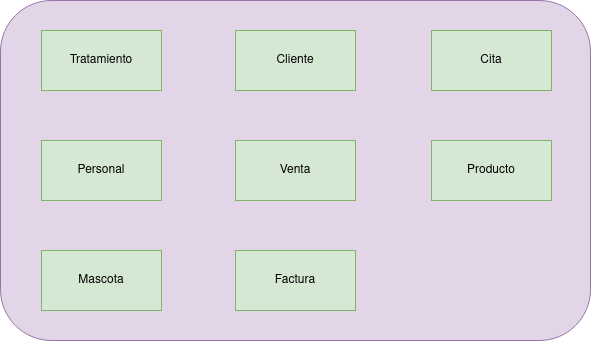
This is ER/ClinicaVeterinariaER.drawio.png from popadron/trabajoFINALBAE, a draw.io export, as it was before one commit. Source tidied: cells renumbered, new cells last; positions are measured from the earlier drawing's top-left corner, leaving out a move shared by most shapes. Its diagram source:
```xml
<mxGraphModel>
  <root>
    <mxCell id="0" />
    <mxCell id="1" parent="0" />
    <mxCell id="2" style="rounded=1;whiteSpace=wrap;html=1;fillColor=#e1d5e7;strokeColor=#9673a6;" parent="1" vertex="1">
      <mxGeometry width="590" height="340" as="geometry" />
    </mxCell>
    <mxCell id="3" value="Personal" style="rounded=0;whiteSpace=wrap;html=1;fillColor=#d5e8d4;strokeColor=#82b366;" parent="1" vertex="1">
      <mxGeometry x="41" y="140" width="120" height="60" as="geometry" />
    </mxCell>
    <mxCell id="4" value="Mascota" style="rounded=0;whiteSpace=wrap;html=1;fillColor=#d5e8d4;strokeColor=#82b366;" parent="1" vertex="1">
      <mxGeometry x="41" y="250" width="120" height="60" as="geometry" />
    </mxCell>
    <mxCell id="5" value="Tratamiento" style="rounded=0;whiteSpace=wrap;html=1;fillColor=#d5e8d4;strokeColor=#82b366;" parent="1" vertex="1">
      <mxGeometry x="41" y="30" width="120" height="60" as="geometry" />
    </mxCell>
    <mxCell id="6" value="Venta" style="rounded=0;whiteSpace=wrap;html=1;fillColor=#d5e8d4;strokeColor=#82b366;" parent="1" vertex="1">
      <mxGeometry x="235" y="140" width="120" height="60" as="geometry" />
    </mxCell>
    <mxCell id="7" value="Factura" style="rounded=0;whiteSpace=wrap;html=1;fillColor=#d5e8d4;strokeColor=#82b366;" parent="1" vertex="1">
      <mxGeometry x="235" y="250" width="120" height="60" as="geometry" />
    </mxCell>
    <mxCell id="8" value="Cliente" style="rounded=0;whiteSpace=wrap;html=1;fillColor=#d5e8d4;strokeColor=#82b366;" parent="1" vertex="1">
      <mxGeometry x="235" y="30" width="120" height="60" as="geometry" />
    </mxCell>
    <mxCell id="9" value="Cita" style="rounded=0;whiteSpace=wrap;html=1;fillColor=#d5e8d4;strokeColor=#82b366;" parent="1" vertex="1">
      <mxGeometry x="431" y="30" width="120" height="60" as="geometry" />
    </mxCell>
    <mxCell id="10" value="Producto" style="rounded=0;whiteSpace=wrap;html=1;fillColor=#d5e8d4;strokeColor=#82b366;" parent="1" vertex="1">
      <mxGeometry x="431" y="140" width="120" height="60" as="geometry" />
    </mxCell>
  </root>
</mxGraphModel>
```
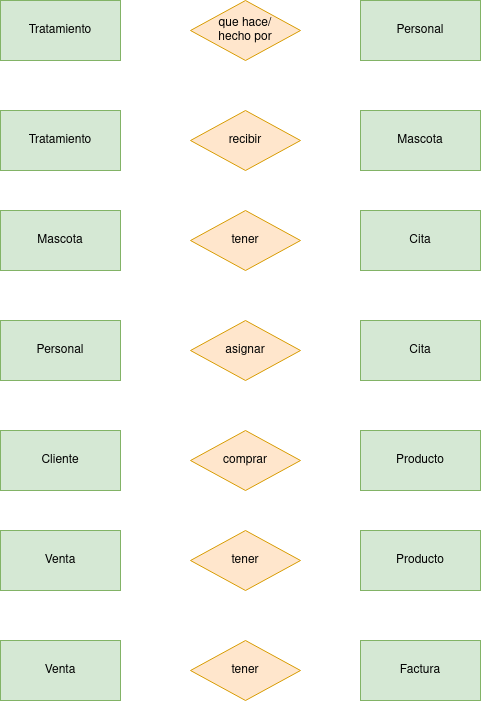
After the change.

Commit message:
feat(ER): completar cardinalidades #1

Diff of the diagram source:
```diff
@@ -2,32 +2,68 @@
   <root>
     <mxCell id="0" />
     <mxCell id="1" parent="0" />
-    <mxCell id="2" style="rounded=1;whiteSpace=wrap;html=1;fillColor=#e1d5e7;strokeColor=#9673a6;" parent="1" vertex="1">
-      <mxGeometry width="590" height="340" as="geometry" />
-    </mxCell>
     <mxCell id="3" value="Personal" style="rounded=0;whiteSpace=wrap;html=1;fillColor=#d5e8d4;strokeColor=#82b366;" parent="1" vertex="1">
-      <mxGeometry x="41" y="140" width="120" height="60" as="geometry" />
+      <mxGeometry x="281" y="-20" width="120" height="60" as="geometry" />
     </mxCell>
     <mxCell id="4" value="Mascota" style="rounded=0;whiteSpace=wrap;html=1;fillColor=#d5e8d4;strokeColor=#82b366;" parent="1" vertex="1">
-      <mxGeometry x="41" y="250" width="120" height="60" as="geometry" />
+      <mxGeometry x="281" y="90" width="120" height="60" as="geometry" />
     </mxCell>
     <mxCell id="5" value="Tratamiento" style="rounded=0;whiteSpace=wrap;html=1;fillColor=#d5e8d4;strokeColor=#82b366;" parent="1" vertex="1">
-      <mxGeometry x="41" y="30" width="120" height="60" as="geometry" />
+      <mxGeometry x="-79" y="-20" width="120" height="60" as="geometry" />
     </mxCell>
     <mxCell id="6" value="Venta" style="rounded=0;whiteSpace=wrap;html=1;fillColor=#d5e8d4;strokeColor=#82b366;" parent="1" vertex="1">
-      <mxGeometry x="235" y="140" width="120" height="60" as="geometry" />
+      <mxGeometry x="-79" y="510" width="120" height="60" as="geometry" />
     </mxCell>
     <mxCell id="7" value="Factura" style="rounded=0;whiteSpace=wrap;html=1;fillColor=#d5e8d4;strokeColor=#82b366;" parent="1" vertex="1">
-      <mxGeometry x="235" y="250" width="120" height="60" as="geometry" />
+      <mxGeometry x="281" y="620" width="120" height="60" as="geometry" />
     </mxCell>
     <mxCell id="8" value="Cliente" style="rounded=0;whiteSpace=wrap;html=1;fillColor=#d5e8d4;strokeColor=#82b366;" parent="1" vertex="1">
-      <mxGeometry x="235" y="30" width="120" height="60" as="geometry" />
+      <mxGeometry x="-79" y="410" width="120" height="60" as="geometry" />
     </mxCell>
     <mxCell id="9" value="Cita" style="rounded=0;whiteSpace=wrap;html=1;fillColor=#d5e8d4;strokeColor=#82b366;" parent="1" vertex="1">
-      <mxGeometry x="431" y="30" width="120" height="60" as="geometry" />
+      <mxGeometry x="281" y="190" width="120" height="60" as="geometry" />
     </mxCell>
     <mxCell id="10" value="Producto" style="rounded=0;whiteSpace=wrap;html=1;fillColor=#d5e8d4;strokeColor=#82b366;" parent="1" vertex="1">
-      <mxGeometry x="431" y="140" width="120" height="60" as="geometry" />
+      <mxGeometry x="281" y="410" width="120" height="60" as="geometry" />
     </mxCell>
+    <mxCell id="11" value="&lt;div&gt;que hace/&lt;/div&gt;&lt;div&gt;hecho por&lt;br&gt;&lt;/div&gt;" style="rhombus;whiteSpace=wrap;html=1;fillColor=#ffe6cc;strokeColor=#d79b00;" parent="1" vertex="1">
+      <mxGeometry x="111" y="-20" width="110" height="60" as="geometry" />
+    </mxCell>
+    <mxCell id="12" value="Tratamiento" style="rounded=0;whiteSpace=wrap;html=1;fillColor=#d5e8d4;strokeColor=#82b366;" parent="1" vertex="1">
+      <mxGeometry x="-79" y="90" width="120" height="60" as="geometry" />
+    </mxCell>
+    <mxCell id="13" value="recibir" style="rhombus;whiteSpace=wrap;html=1;fillColor=#ffe6cc;strokeColor=#d79b00;" parent="1" vertex="1">
+      <mxGeometry x="111" y="90" width="110" height="60" as="geometry" />
+    </mxCell>
+    <mxCell id="14" value="Mascota" style="rounded=0;whiteSpace=wrap;html=1;fillColor=#d5e8d4;strokeColor=#82b366;" parent="1" vertex="1">
+      <mxGeometry x="-79" y="190" width="120" height="60" as="geometry" />
+    </mxCell>
+    <mxCell id="15" value="tener" style="rhombus;whiteSpace=wrap;html=1;fillColor=#ffe6cc;strokeColor=#d79b00;" parent="1" vertex="1">
+      <mxGeometry x="111" y="190" width="110" height="60" as="geometry" />
+    </mxCell>
+    <mxCell id="16" value="Personal" style="rounded=0;whiteSpace=wrap;html=1;fillColor=#d5e8d4;strokeColor=#82b366;" parent="1" vertex="1">
+      <mxGeometry x="-79" y="300" width="120" height="60" as="geometry" />
+    </mxCell>
+    <mxCell id="17" value="asignar" style="rhombus;whiteSpace=wrap;html=1;fillColor=#ffe6cc;strokeColor=#d79b00;" parent="1" vertex="1">
+      <mxGeometry x="111" y="300" width="110" height="60" as="geometry" />
+    </mxCell>
+    <mxCell id="18" value="Cita" style="rounded=0;whiteSpace=wrap;html=1;fillColor=#d5e8d4;strokeColor=#82b366;" parent="1" vertex="1">
+      <mxGeometry x="281" y="300" width="120" height="60" as="geometry" />
+    </mxCell>
+    <mxCell id="19" value="comprar" style="rhombus;whiteSpace=wrap;html=1;fillColor=#ffe6cc;strokeColor=#d79b00;" parent="1" vertex="1">
+      <mxGeometry x="111" y="410" width="110" height="60" as="geometry" />
+    </mxCell>
+    <mxCell id="20" value="Producto" style="rounded=0;whiteSpace=wrap;html=1;fillColor=#d5e8d4;strokeColor=#82b366;" parent="1" vertex="1">
+      <mxGeometry x="281" y="510" width="120" height="60" as="geometry" />
+    </mxCell>
+    <mxCell id="21" value="tener" style="rhombus;whiteSpace=wrap;html=1;fillColor=#ffe6cc;strokeColor=#d79b00;" parent="1" vertex="1">
+      <mxGeometry x="111" y="510" width="110" height="60" as="geometry" />
+    </mxCell>
+    <mxCell id="22" value="Venta" style="rounded=0;whiteSpace=wrap;html=1;fillColor=#d5e8d4;strokeColor=#82b366;" parent="1" vertex="1">
+      <mxGeometry x="-79" y="620" width="120" height="60" as="geometry" />
+    </mxCell>
+    <mxCell id="23" value="tener" style="rhombus;whiteSpace=wrap;html=1;fillColor=#ffe6cc;strokeColor=#d79b00;" parent="1" vertex="1">
+      <mxGeometry x="111" y="620" width="110" height="60" as="geometry" />
+    </mxCell>
   </root>
 </mxGraphModel>
```
